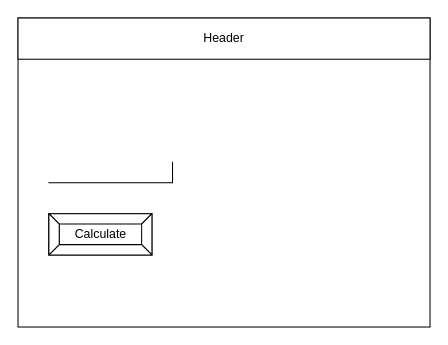
Above: design/story-board.drawio in Alex-Nelson-1/ICS2O-UNIT5-06-JS-LOOPS (draw.io), before the change. Source tidied: cells renumbered, new cells numbered last; positions are measured from the earlier drawing's top-left corner, leaving out a move shared by most shapes. Both pictures are drawn from the tidied source at 103%, with x=0, y=0 at pixel (18, 18).
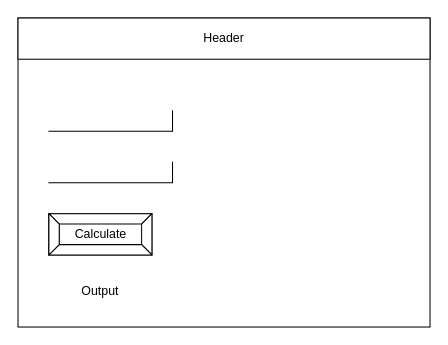
The same diagram, later.

Commit message (it also covers changes not shown here):
FLOW + STORY

The edit, as a diff of the source:
```diff
@@
 <mxGraphModel>
   <root>
     <mxCell id="0" />
     <mxCell id="1" parent="0" />
     <mxCell id="2" style="rounded=0;whiteSpace=wrap;html=1;" parent="1" vertex="1">
       <mxGeometry width="400" height="300" as="geometry" />
     </mxCell>
     <mxCell id="3" value="Header" style="rounded=0;whiteSpace=wrap;html=1;" parent="1" vertex="1">
       <mxGeometry width="400" height="40" as="geometry" />
     </mxCell>
     <mxCell id="4" style="shape=partialRectangle;whiteSpace=wrap;html=1;top=0;left=0;fillColor=none;" parent="1" vertex="1">
       <mxGeometry x="30" y="140" width="120" height="20" as="geometry" />
     </mxCell>
     <mxCell id="5" value="Calculate" style="labelPosition=center;verticalLabelPosition=middle;align=center;html=1;shape=mxgraph.basic.button;dx=10;" parent="1" vertex="1">
       <mxGeometry x="30" y="190" width="100" height="40" as="geometry" />
     </mxCell>
+    <mxCell id="6" style="shape=partialRectangle;whiteSpace=wrap;html=1;top=0;left=0;fillColor=none;" parent="1" vertex="1">
+      <mxGeometry x="30" y="90" width="120" height="20" as="geometry" />
+    </mxCell>
+    <mxCell id="7" value="Output" style="text;html=1;strokeColor=none;fillColor=none;align=center;verticalAlign=middle;whiteSpace=wrap;rounded=0;" parent="1" vertex="1">
+      <mxGeometry x="30" y="250" width="100" height="30" as="geometry" />
+    </mxCell>
   </root>
 </mxGraphModel>
```
